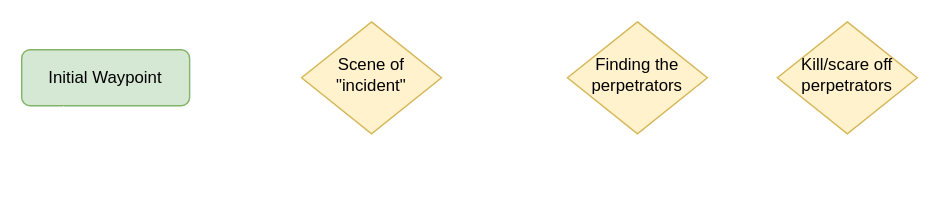
The draw.io diagram images/ghost-of-tsushima/cost-of-iron/flowchart.svg in Mootook/mootook.github.io, before a commit. Source tidied: cells renumbered, new cells last; positions are measured from the earlier drawing's top-left corner, leaving out a move shared by most shapes. Its diagram source:
```xml
<mxGraphModel background="#191919">
  <root>
    <mxCell id="0" />
    <mxCell id="1" parent="0" />
    <mxCell id="2" style="edgeStyle=orthogonalEdgeStyle;rounded=0;jettySize=auto;html=1;exitX=1;exitY=0.5;exitDx=0;exitDy=0;entryX=0;entryY=0.5;entryDx=0;entryDy=0;strokeColor=#FFFFFF;" parent="1" edge="1" source="3" target="5">
      <mxGeometry relative="1" as="geometry" />
    </mxCell>
    <mxCell id="3" value="Initial Waypoint" style="rounded=1;whiteSpace=wrap;html=1;fontSize=12;glass=0;strokeWidth=1;shadow=0;fillColor=#d5e8d4;strokeColor=#82b366;" parent="1" vertex="1">
      <mxGeometry y="20" width="120" height="40" as="geometry" />
    </mxCell>
    <mxCell id="4" value="Tracking" style="edgeStyle=orthogonalEdgeStyle;rounded=0;jettySize=auto;html=1;entryX=0;entryY=0.5;entryDx=0;entryDy=0;strokeColor=#FFFFFF;labelBackgroundColor=none;fontColor=#FFFFFF;" parent="1" edge="1" source="5" target="7">
      <mxGeometry x="-0.04" y="12" relative="1" as="geometry" />
    </mxCell>
    <mxCell id="5" value="Scene of &quot;incident&quot;" style="rhombus;whiteSpace=wrap;html=1;shadow=0;fontFamily=Helvetica;fontSize=12;align=center;strokeWidth=1;spacing=6;spacingTop=-4;fillColor=#fff2cc;strokeColor=#d6b656;" parent="1" vertex="1">
      <mxGeometry x="200" width="100" height="80" as="geometry" />
    </mxCell>
    <mxCell id="6" style="edgeStyle=orthogonalEdgeStyle;rounded=0;jettySize=auto;html=1;strokeColor=#FFFFFF;" parent="1" edge="1" source="7" target="10">
      <mxGeometry relative="1" as="geometry" />
    </mxCell>
    <mxCell id="7" value="Finding the perpetrators" style="rhombus;whiteSpace=wrap;html=1;shadow=0;fontFamily=Helvetica;fontSize=12;align=center;strokeWidth=1;spacing=6;spacingTop=-4;fillColor=#fff2cc;strokeColor=#d6b656;" parent="1" vertex="1">
      <mxGeometry x="390" width="100" height="80" as="geometry" />
    </mxCell>
    <mxCell id="8" style="edgeStyle=orthogonalEdgeStyle;rounded=0;jettySize=auto;html=1;entryX=0.25;entryY=1;entryDx=0;entryDy=0;exitX=0.5;exitY=1;exitDx=0;exitDy=0;strokeColor=#FFFFFF;" parent="1" edge="1" source="10" target="3">
      <mxGeometry relative="1" as="geometry">
        <Array as="points">
          <mxPoint x="590" y="100" />
          <mxPoint x="30" y="100" />
        </Array>
      </mxGeometry>
    </mxCell>
    <mxCell id="9" value="Returning with narrative resolution" style="edgeLabel;html=1;align=center;verticalAlign=middle;labelBackgroundColor=none;fontColor=#FFFFFF;" parent="8" vertex="1">
      <mxGeometry x="0.11" y="-1" relative="1" as="geometry">
        <mxPoint y="10" as="offset" />
      </mxGeometry>
    </mxCell>
    <mxCell id="10" value="Kill/scare off perpetrators" style="rhombus;whiteSpace=wrap;html=1;shadow=0;fontFamily=Helvetica;fontSize=12;align=center;strokeWidth=1;spacing=6;spacingTop=-4;fillColor=#fff2cc;strokeColor=#d6b656;" parent="1" vertex="1">
      <mxGeometry x="540" width="100" height="80" as="geometry" />
    </mxCell>
  </root>
</mxGraphModel>
```
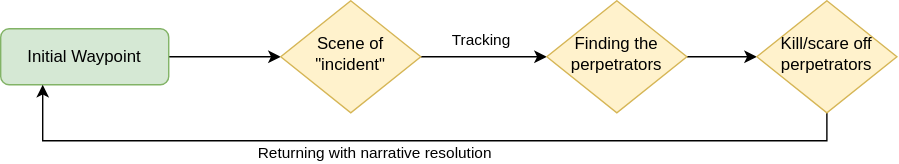
The same diagram one commit later.

What changed in the source:
```diff
@@ -1,26 +1,26 @@
-<mxGraphModel background="#191919">
+<mxGraphModel>
   <root>
     <mxCell id="0" />
     <mxCell id="1" parent="0" />
-    <mxCell id="2" style="edgeStyle=orthogonalEdgeStyle;rounded=0;jettySize=auto;html=1;exitX=1;exitY=0.5;exitDx=0;exitDy=0;entryX=0;entryY=0.5;entryDx=0;entryDy=0;strokeColor=#FFFFFF;" parent="1" edge="1" source="3" target="5">
+    <mxCell id="2" style="edgeStyle=orthogonalEdgeStyle;rounded=0;jettySize=auto;html=1;exitX=1;exitY=0.5;exitDx=0;exitDy=0;entryX=0;entryY=0.5;entryDx=0;entryDy=0;" parent="1" edge="1" source="3" target="5">
       <mxGeometry relative="1" as="geometry" />
     </mxCell>
     <mxCell id="3" value="Initial Waypoint" style="rounded=1;whiteSpace=wrap;html=1;fontSize=12;glass=0;strokeWidth=1;shadow=0;fillColor=#d5e8d4;strokeColor=#82b366;" parent="1" vertex="1">
       <mxGeometry y="20" width="120" height="40" as="geometry" />
     </mxCell>
-    <mxCell id="4" value="Tracking" style="edgeStyle=orthogonalEdgeStyle;rounded=0;jettySize=auto;html=1;entryX=0;entryY=0.5;entryDx=0;entryDy=0;strokeColor=#FFFFFF;labelBackgroundColor=none;fontColor=#FFFFFF;" parent="1" edge="1" source="5" target="7">
+    <mxCell id="4" value="Tracking" style="edgeStyle=orthogonalEdgeStyle;rounded=0;jettySize=auto;html=1;entryX=0;entryY=0.5;entryDx=0;entryDy=0;labelBackgroundColor=none;" parent="1" edge="1" source="5" target="7">
       <mxGeometry x="-0.04" y="12" relative="1" as="geometry" />
     </mxCell>
     <mxCell id="5" value="Scene of &quot;incident&quot;" style="rhombus;whiteSpace=wrap;html=1;shadow=0;fontFamily=Helvetica;fontSize=12;align=center;strokeWidth=1;spacing=6;spacingTop=-4;fillColor=#fff2cc;strokeColor=#d6b656;" parent="1" vertex="1">
       <mxGeometry x="200" width="100" height="80" as="geometry" />
     </mxCell>
-    <mxCell id="6" style="edgeStyle=orthogonalEdgeStyle;rounded=0;jettySize=auto;html=1;strokeColor=#FFFFFF;" parent="1" edge="1" source="7" target="10">
+    <mxCell id="6" style="edgeStyle=orthogonalEdgeStyle;rounded=0;jettySize=auto;html=1;" parent="1" edge="1" source="7" target="10">
       <mxGeometry relative="1" as="geometry" />
     </mxCell>
     <mxCell id="7" value="Finding the perpetrators" style="rhombus;whiteSpace=wrap;html=1;shadow=0;fontFamily=Helvetica;fontSize=12;align=center;strokeWidth=1;spacing=6;spacingTop=-4;fillColor=#fff2cc;strokeColor=#d6b656;" parent="1" vertex="1">
       <mxGeometry x="390" width="100" height="80" as="geometry" />
     </mxCell>
-    <mxCell id="8" style="edgeStyle=orthogonalEdgeStyle;rounded=0;jettySize=auto;html=1;entryX=0.25;entryY=1;entryDx=0;entryDy=0;exitX=0.5;exitY=1;exitDx=0;exitDy=0;strokeColor=#FFFFFF;" parent="1" edge="1" source="10" target="3">
+    <mxCell id="8" style="edgeStyle=orthogonalEdgeStyle;rounded=0;jettySize=auto;html=1;entryX=0.25;entryY=1;entryDx=0;entryDy=0;exitX=0.5;exitY=1;exitDx=0;exitDy=0;" parent="1" edge="1" source="10" target="3">
       <mxGeometry relative="1" as="geometry">
         <Array as="points">
           <mxPoint x="590" y="100" />
@@ -28,7 +28,7 @@
         </Array>
       </mxGeometry>
     </mxCell>
-    <mxCell id="9" value="Returning with narrative resolution" style="edgeLabel;html=1;align=center;verticalAlign=middle;labelBackgroundColor=none;fontColor=#FFFFFF;" parent="8" vertex="1">
+    <mxCell id="9" value="Returning with narrative resolution" style="edgeLabel;html=1;align=center;verticalAlign=middle;labelBackgroundColor=none;" parent="8" vertex="1">
       <mxGeometry x="0.11" y="-1" relative="1" as="geometry">
         <mxPoint y="10" as="offset" />
       </mxGeometry>
```
